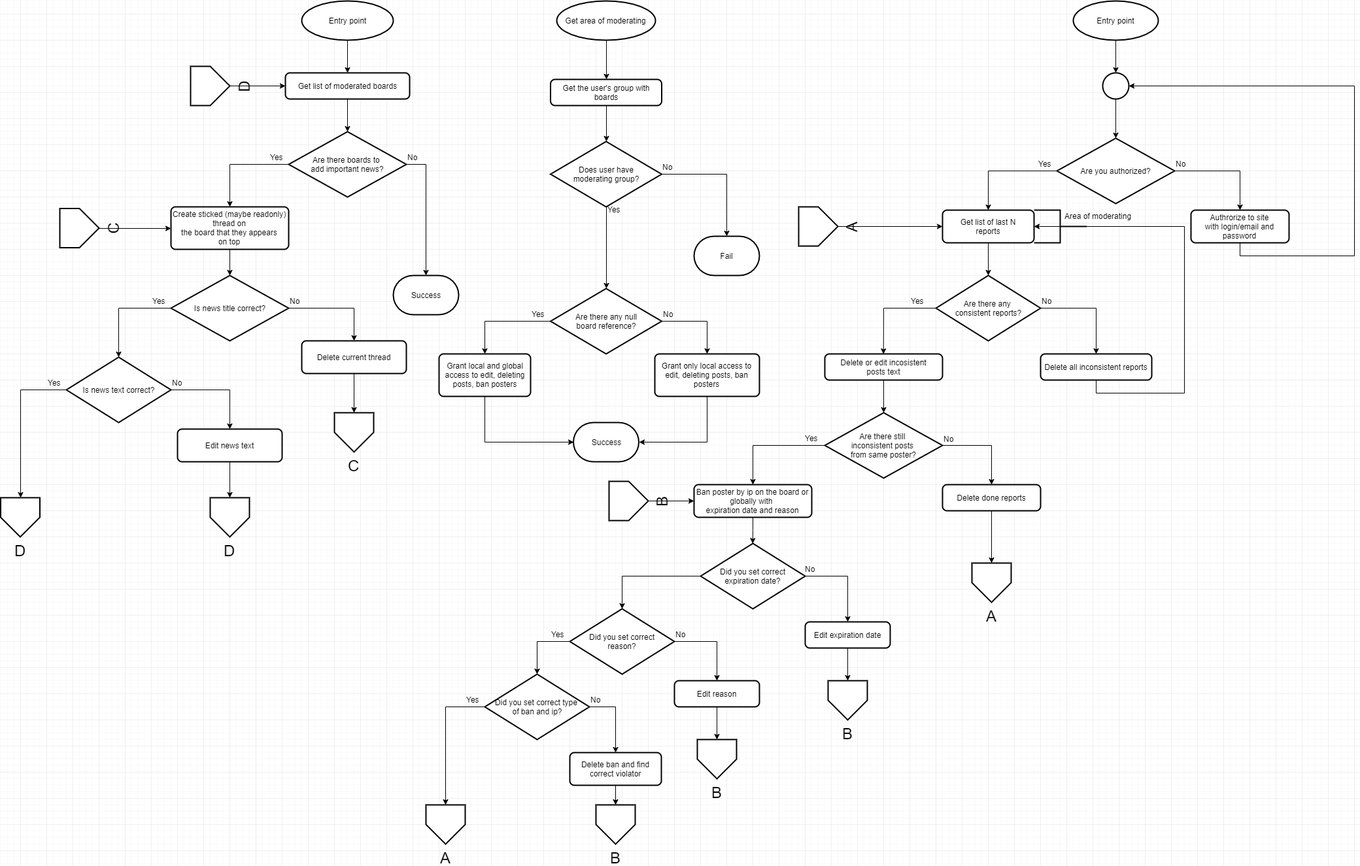
Lebed-kun/imageboard keeps this draw.io diagram as Imageboard-moder-diagram.png. Above is the earlier version. Source tidied: cells renumbered, new cells last; positions are measured from the earlier drawing's top-left corner, leaving out a move shared by most shapes.
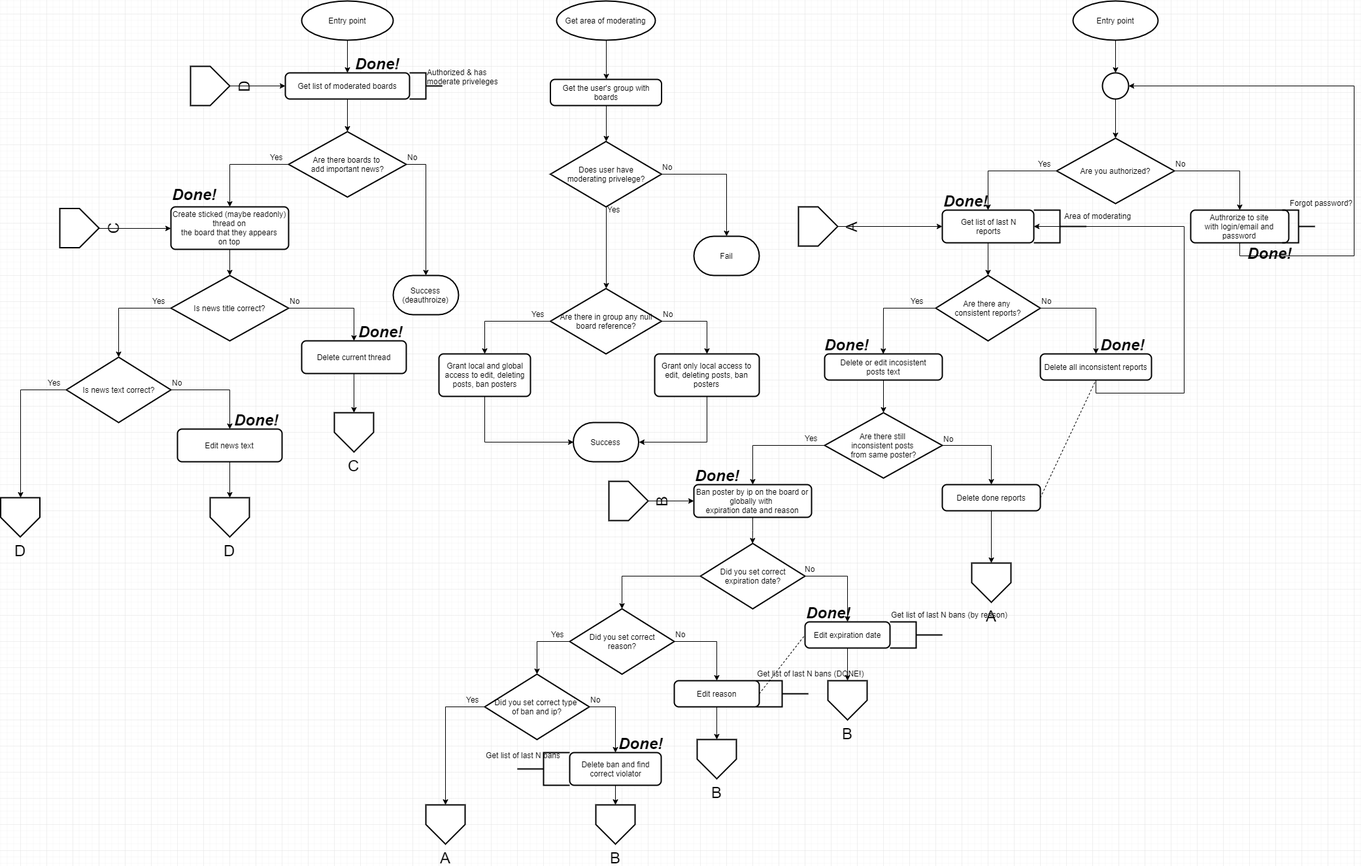
Above is the later version.

Commit message:
Change technical requirements

Change to the diagram source:
```diff
@@ -216,7 +216,7 @@
     <mxCell id="67" style="edgeStyle=orthogonalEdgeStyle;rounded=0;jettySize=auto;html=1;exitX=1;exitY=0.5;exitDx=0;exitDy=0;exitPerimeter=0;entryX=0.5;entryY=0;entryDx=0;entryDy=0;" parent="1" edge="1" source="68" target="73">
       <mxGeometry relative="1" as="geometry" />
     </mxCell>
-    <mxCell id="68" value="Are there any null&lt;br&gt;board reference?" style="strokeWidth=2;html=1;shape=mxgraph.flowchart.decision;whiteSpace=wrap;" parent="1" vertex="1">
+    <mxCell id="68" value="Are there in group any null&lt;br&gt;board reference?" style="strokeWidth=2;html=1;shape=mxgraph.flowchart.decision;whiteSpace=wrap;" parent="1" vertex="1">
       <mxGeometry x="840.5" y="440" width="170" height="100" as="geometry" />
     </mxCell>
     <mxCell id="69" style="edgeStyle=orthogonalEdgeStyle;rounded=0;jettySize=auto;html=1;exitX=0.5;exitY=1;exitDx=0;exitDy=0;entryX=0;entryY=0.5;entryDx=0;entryDy=0;entryPerimeter=0;" parent="1" edge="1" source="70" target="116">
@@ -330,7 +330,7 @@
     <mxCell id="105" value="&lt;span style=&quot;font-size: 24px&quot;&gt;D&lt;/span&gt;" style="verticalLabelPosition=bottom;verticalAlign=top;html=1;strokeWidth=2;shape=offPageConnector;rounded=0;size=0.5;rotation=-90;" parent="1" vertex="1">
       <mxGeometry x="290" y="100" width="60" height="60" as="geometry" />
     </mxCell>
-    <mxCell id="106" value="Success" style="strokeWidth=2;html=1;shape=mxgraph.flowchart.terminator;whiteSpace=wrap;" parent="1" vertex="1">
+    <mxCell id="106" value="Success&lt;br&gt;(deauthroize)" style="strokeWidth=2;html=1;shape=mxgraph.flowchart.terminator;whiteSpace=wrap;" parent="1" vertex="1">
       <mxGeometry x="600" y="420" width="100" height="60" as="geometry" />
     </mxCell>
     <mxCell id="107" value="No" style="text;html=1;align=left;verticalAlign=top;spacingTop=-4;" parent="1" vertex="1">
@@ -348,7 +348,7 @@
     <mxCell id="111" style="edgeStyle=orthogonalEdgeStyle;rounded=0;jettySize=auto;html=1;exitX=1;exitY=0.5;exitDx=0;exitDy=0;exitPerimeter=0;entryX=0.5;entryY=0;entryDx=0;entryDy=0;entryPerimeter=0;" parent="1" edge="1" source="112" target="114">
       <mxGeometry relative="1" as="geometry" />
     </mxCell>
-    <mxCell id="112" value="Does user have&lt;br&gt;moderating group?" style="strokeWidth=2;html=1;shape=mxgraph.flowchart.decision;whiteSpace=wrap;" parent="1" vertex="1">
+    <mxCell id="112" value="Does user have&lt;br&gt;moderating privelege?" style="strokeWidth=2;html=1;shape=mxgraph.flowchart.decision;whiteSpace=wrap;" parent="1" vertex="1">
       <mxGeometry x="840.5" y="215" width="170" height="100" as="geometry" />
     </mxCell>
     <mxCell id="113" value="Yes" style="text;html=1;align=left;verticalAlign=top;spacingTop=-4;" parent="1" vertex="1">
@@ -363,5 +363,76 @@
     <mxCell id="116" value="Success" style="strokeWidth=2;html=1;shape=mxgraph.flowchart.terminator;whiteSpace=wrap;" parent="1" vertex="1">
       <mxGeometry x="875.5" y="645" width="100" height="60" as="geometry" />
     </mxCell>
+    <mxCell id="117" style="strokeWidth=2;html=1;shape=mxgraph.flowchart.annotation_2;align=left;labelPosition=right;rotation=180;" parent="1" vertex="1">
+      <mxGeometry x="1960" y="320" width="50" height="50" as="geometry" />
+    </mxCell>
+    <mxCell id="118" value="Forgot password?" style="text;html=1;align=left;verticalAlign=top;spacingTop=-4;" parent="1" vertex="1">
+      <mxGeometry x="1970" y="300" width="110" height="20" as="geometry" />
+    </mxCell>
+    <mxCell id="119" style="strokeWidth=2;html=1;shape=mxgraph.flowchart.annotation_2;align=left;labelPosition=right;rotation=180;" parent="1" vertex="1">
+      <mxGeometry x="625" y="110" width="50" height="40" as="geometry" />
+    </mxCell>
+    <mxCell id="120" value="Authorized &amp;amp; has&lt;br&gt;moderate priveleges" style="text;html=1;align=left;verticalAlign=top;spacingTop=-4;" parent="1" vertex="1">
+      <mxGeometry x="650" y="100" width="130" height="30" as="geometry" />
+    </mxCell>
+    <mxCell id="121" value="&lt;span style=&quot;font-size: 24px&quot;&gt;&lt;b&gt;&lt;i&gt;Done!&lt;/i&gt;&lt;/b&gt;&lt;/span&gt;" style="text;html=1;align=left;verticalAlign=top;spacingTop=-4;" parent="1" vertex="1">
+      <mxGeometry x="1905" y="370" width="80" height="20" as="geometry" />
+    </mxCell>
+    <mxCell id="122" value="&lt;span style=&quot;font-size: 24px&quot;&gt;&lt;b&gt;&lt;i&gt;Done!&lt;/i&gt;&lt;/b&gt;&lt;/span&gt;" style="text;html=1;align=left;verticalAlign=top;spacingTop=-4;" parent="1" vertex="1">
+      <mxGeometry x="1440" y="290" width="80" height="20" as="geometry" />
+    </mxCell>
+    <mxCell id="123" value="&lt;span style=&quot;font-size: 24px&quot;&gt;&lt;b&gt;&lt;i&gt;Done!&lt;/i&gt;&lt;/b&gt;&lt;/span&gt;" style="text;html=1;align=left;verticalAlign=top;spacingTop=-4;" parent="1" vertex="1">
+      <mxGeometry x="1680" y="510" width="80" height="20" as="geometry" />
+    </mxCell>
+    <mxCell id="124" style="endArrow=none;dashed=1;html=1;entryX=0.5;entryY=1;entryDx=0;entryDy=0;exitX=1;exitY=0.5;exitDx=0;exitDy=0;" parent="1" edge="1" source="34" target="20">
+      <mxGeometry relative="1" as="geometry" />
+    </mxCell>
+    <mxCell id="125" value="&lt;span style=&quot;font-size: 24px&quot;&gt;&lt;b&gt;&lt;i&gt;Done!&lt;/i&gt;&lt;/b&gt;&lt;/span&gt;" style="text;html=1;align=left;verticalAlign=top;spacingTop=-4;" parent="1" vertex="1">
+      <mxGeometry x="1258" y="510" width="80" height="20" as="geometry" />
+    </mxCell>
+    <mxCell id="126" style="strokeWidth=2;html=1;shape=mxgraph.flowchart.annotation_2;align=left;labelPosition=right;rotation=-180;" parent="1" vertex="1">
+      <mxGeometry x="1360" y="950" width="80" height="40" as="geometry" />
+    </mxCell>
+    <mxCell id="127" value="Get list of last N bans (by reason)" style="text;html=1;align=left;verticalAlign=top;spacingTop=-4;" parent="1" vertex="1">
+      <mxGeometry x="1360" y="930" width="190" height="10" as="geometry" />
+    </mxCell>
+    <mxCell id="128" style="strokeWidth=2;html=1;shape=mxgraph.flowchart.annotation_2;align=left;labelPosition=right;rotation=-180;" parent="1" vertex="1">
+      <mxGeometry x="1155" y="1040" width="80" height="40" as="geometry" />
+    </mxCell>
+    <mxCell id="129" value="Get list of last N bans (DONE!)&lt;br&gt;" style="text;html=1;align=left;verticalAlign=top;spacingTop=-4;" parent="1" vertex="1">
+      <mxGeometry x="1155" y="1020" width="180" height="10" as="geometry" />
+    </mxCell>
+    <mxCell id="130" style="strokeWidth=2;html=1;shape=mxgraph.flowchart.annotation_2;align=left;labelPosition=right;rotation=0;" parent="1" vertex="1">
+      <mxGeometry x="790" y="1150" width="80" height="50" as="geometry" />
+    </mxCell>
+    <mxCell id="131" value="Get list of last N bans" style="text;html=1;align=left;verticalAlign=top;spacingTop=-4;" parent="1" vertex="1">
+      <mxGeometry x="740" y="1145" width="130" height="10" as="geometry" />
+    </mxCell>
+    <mxCell id="132" value="&lt;span style=&quot;font-size: 24px&quot;&gt;&lt;b&gt;&lt;i&gt;Done!&lt;/i&gt;&lt;/b&gt;&lt;/span&gt;" style="text;html=1;align=left;verticalAlign=top;spacingTop=-4;" parent="1" vertex="1">
+      <mxGeometry x="1060" y="710" width="80" height="20" as="geometry" />
+    </mxCell>
+    <mxCell id="133" style="endArrow=none;dashed=1;html=1;entryX=0;entryY=0.5;entryDx=0;entryDy=0;" parent="1" edge="1" target="41">
+      <mxGeometry relative="1" as="geometry">
+        <mxPoint x="1160" y="1060" as="sourcePoint" />
+      </mxGeometry>
+    </mxCell>
+    <mxCell id="134" value="&lt;span style=&quot;font-size: 24px&quot;&gt;&lt;b&gt;&lt;i&gt;Done!&lt;/i&gt;&lt;/b&gt;&lt;/span&gt;" style="text;html=1;align=left;verticalAlign=top;spacingTop=-4;" parent="1" vertex="1">
+      <mxGeometry x="1230" y="920" width="80" height="20" as="geometry" />
+    </mxCell>
+    <mxCell id="135" value="&lt;span style=&quot;font-size: 24px&quot;&gt;&lt;b&gt;&lt;i&gt;Done!&lt;/i&gt;&lt;/b&gt;&lt;/span&gt;" style="text;html=1;align=left;verticalAlign=top;spacingTop=-4;" parent="1" vertex="1">
+      <mxGeometry x="942.5" y="1120" width="80" height="20" as="geometry" />
+    </mxCell>
+    <mxCell id="136" value="&lt;span style=&quot;font-size: 24px&quot;&gt;&lt;b&gt;&lt;i&gt;Done!&lt;/i&gt;&lt;/b&gt;&lt;/span&gt;" style="text;html=1;align=left;verticalAlign=top;spacingTop=-4;" parent="1" vertex="1">
+      <mxGeometry x="540" y="80" width="80" height="20" as="geometry" />
+    </mxCell>
+    <mxCell id="137" value="&lt;span style=&quot;font-size: 24px&quot;&gt;&lt;b&gt;&lt;i&gt;Done!&lt;/i&gt;&lt;/b&gt;&lt;/span&gt;" style="text;html=1;align=left;verticalAlign=top;spacingTop=-4;" parent="1" vertex="1">
+      <mxGeometry x="260" y="280" width="80" height="20" as="geometry" />
+    </mxCell>
+    <mxCell id="138" value="&lt;span style=&quot;font-size: 24px&quot;&gt;&lt;b&gt;&lt;i&gt;Done!&lt;/i&gt;&lt;/b&gt;&lt;/span&gt;" style="text;html=1;align=left;verticalAlign=top;spacingTop=-4;" parent="1" vertex="1">
+      <mxGeometry x="355" y="625" width="80" height="20" as="geometry" />
+    </mxCell>
+    <mxCell id="139" value="&lt;span style=&quot;font-size: 24px&quot;&gt;&lt;b&gt;&lt;i&gt;Done!&lt;/i&gt;&lt;/b&gt;&lt;/span&gt;" style="text;html=1;align=left;verticalAlign=top;spacingTop=-4;" parent="1" vertex="1">
+      <mxGeometry x="545" y="490" width="80" height="20" as="geometry" />
+    </mxCell>
   </root>
 </mxGraphModel>
```
